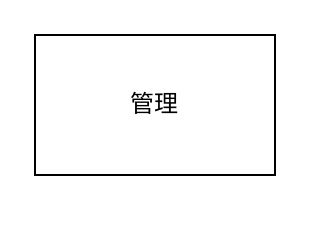
Earlier version of the draw.io diagram 1.drawio (SinceQoc/vue-scroller-demo). Source tidied: cells renumbered, new cells numbered last; positions are measured from the earlier drawing's top-left corner, leaving out a move shared by most shapes. Both pictures are drawn from the tidied source at 200%, with x=0, y=0 at pixel (34, 34).
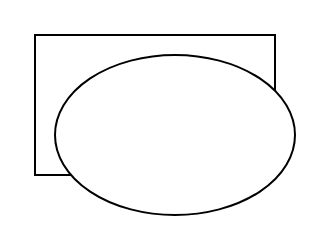
The same diagram, later.

The edit, as a diff of the source:
```diff
@@
 <mxGraphModel>
   <root>
     <mxCell id="0" />
     <mxCell id="1" parent="0" />
     <mxCell id="2" value="管理" style="rounded=0;whiteSpace=wrap;html=1;" parent="1" vertex="1">
       <mxGeometry width="120" height="70" as="geometry" />
     </mxCell>
+    <mxCell id="3" style="ellipse;whiteSpace=wrap;html=1;" parent="1" vertex="1">
+      <mxGeometry x="10" y="10" width="120" height="80" as="geometry" />
+    </mxCell>
   </root>
 </mxGraphModel>
```
